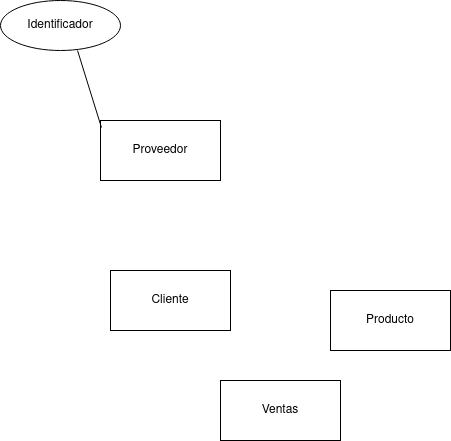
Above: Unidad-1/Tareas/Tarea-1/Primer Diagrama.drawio.png in RafaelMayor/base-datos (draw.io), before the change. Source tidied: cells renumbered, new cells last; positions are measured from the earlier drawing's top-left corner, leaving out a move shared by most shapes.
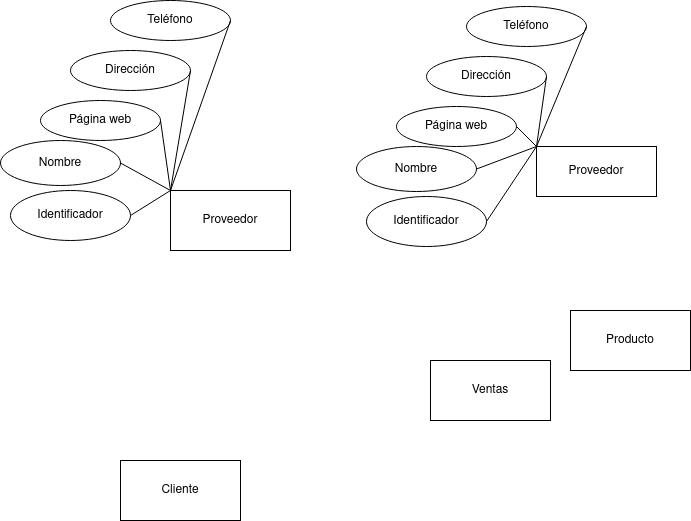
Later version of the same file.

Change to the diagram source:
```diff
@@ -3,22 +3,79 @@
     <mxCell id="0" />
     <mxCell id="1" parent="0" />
     <mxCell id="2" value="Proveedor" style="rounded=0;whiteSpace=wrap;html=1;" parent="1" vertex="1">
-      <mxGeometry x="100" y="120" width="120" height="60" as="geometry" />
+      <mxGeometry x="170" y="270" width="120" height="60" as="geometry" />
     </mxCell>
-    <mxCell id="3" style="endArrow=none;html=1;rounded=0;exitX=0.642;exitY=1;exitDx=0;exitDy=0;exitPerimeter=0;entryX=0.008;entryY=0.117;entryDx=0;entryDy=0;entryPerimeter=0;" parent="1" edge="1" source="7" target="2">
+    <mxCell id="3" style="endArrow=none;html=1;rounded=0;exitX=1;exitY=0.5;exitDx=0;exitDy=0;entryX=0;entryY=0;entryDx=0;entryDy=0;" parent="1" edge="1" source="7" target="2">
       <mxGeometry relative="1" as="geometry" />
     </mxCell>
     <mxCell id="4" value="Cliente" style="rounded=0;whiteSpace=wrap;html=1;" parent="1" vertex="1">
-      <mxGeometry x="110" y="270" width="120" height="60" as="geometry" />
+      <mxGeometry x="120" y="540" width="120" height="60" as="geometry" />
     </mxCell>
     <mxCell id="5" value="Producto" style="rounded=0;whiteSpace=wrap;html=1;" parent="1" vertex="1">
-      <mxGeometry x="330" y="290" width="120" height="60" as="geometry" />
+      <mxGeometry x="570" y="390" width="120" height="60" as="geometry" />
     </mxCell>
     <mxCell id="6" value="Ventas" style="rounded=0;whiteSpace=wrap;html=1;" parent="1" vertex="1">
-      <mxGeometry x="220" y="380" width="120" height="60" as="geometry" />
+      <mxGeometry x="430" y="440" width="120" height="60" as="geometry" />
     </mxCell>
     <mxCell id="7" value="Identificador" style="ellipse;whiteSpace=wrap;html=1;" parent="1" vertex="1">
-      <mxGeometry width="120" height="50" as="geometry" />
+      <mxGeometry x="10" y="270" width="120" height="50" as="geometry" />
     </mxCell>
+    <mxCell id="8" value="Nombre" style="ellipse;whiteSpace=wrap;html=1;" parent="1" vertex="1">
+      <mxGeometry y="220" width="120" height="45" as="geometry" />
+    </mxCell>
+    <mxCell id="9" value="Dirección" style="ellipse;whiteSpace=wrap;html=1;" parent="1" vertex="1">
+      <mxGeometry x="70" y="130" width="120" height="40" as="geometry" />
+    </mxCell>
+    <mxCell id="10" value="Teléfono" style="ellipse;whiteSpace=wrap;html=1;" parent="1" vertex="1">
+      <mxGeometry x="110" y="80" width="120" height="40" as="geometry" />
+    </mxCell>
+    <mxCell id="11" value="Página web" style="ellipse;whiteSpace=wrap;html=1;" parent="1" vertex="1">
+      <mxGeometry x="40" y="180" width="120" height="40" as="geometry" />
+    </mxCell>
+    <mxCell id="12" style="endArrow=none;html=1;rounded=0;entryX=1;entryY=0.5;entryDx=0;entryDy=0;exitX=0;exitY=0;exitDx=0;exitDy=0;" parent="1" edge="1" source="2" target="8">
+      <mxGeometry relative="1" as="geometry" />
+    </mxCell>
+    <mxCell id="13" style="endArrow=none;html=1;rounded=0;entryX=1;entryY=0.5;entryDx=0;entryDy=0;exitX=0;exitY=0;exitDx=0;exitDy=0;" parent="1" edge="1" source="2" target="11">
+      <mxGeometry relative="1" as="geometry" />
+    </mxCell>
+    <mxCell id="14" style="endArrow=none;html=1;rounded=0;entryX=1;entryY=0.5;entryDx=0;entryDy=0;exitX=0;exitY=0;exitDx=0;exitDy=0;" parent="1" edge="1" source="2" target="9">
+      <mxGeometry relative="1" as="geometry" />
+    </mxCell>
+    <mxCell id="15" style="endArrow=none;html=1;rounded=0;entryX=1;entryY=0.5;entryDx=0;entryDy=0;exitX=0;exitY=0;exitDx=0;exitDy=0;" parent="1" edge="1" source="2" target="10">
+      <mxGeometry relative="1" as="geometry" />
+    </mxCell>
+    <mxCell id="16" value="Proveedor" style="rounded=0;whiteSpace=wrap;html=1;" parent="1" vertex="1">
+      <mxGeometry x="536" y="226" width="120" height="50" as="geometry" />
+    </mxCell>
+    <mxCell id="17" style="endArrow=none;html=1;rounded=0;exitX=1;exitY=0.5;exitDx=0;exitDy=0;entryX=0;entryY=0;entryDx=0;entryDy=0;" parent="1" edge="1" source="18" target="16">
+      <mxGeometry relative="1" as="geometry" />
+    </mxCell>
+    <mxCell id="18" value="Identificador" style="ellipse;whiteSpace=wrap;html=1;" parent="1" vertex="1">
+      <mxGeometry x="366" y="276" width="120" height="50" as="geometry" />
+    </mxCell>
+    <mxCell id="19" value="Nombre" style="ellipse;whiteSpace=wrap;html=1;" parent="1" vertex="1">
+      <mxGeometry x="356" y="226" width="120" height="45" as="geometry" />
+    </mxCell>
+    <mxCell id="20" value="Dirección" style="ellipse;whiteSpace=wrap;html=1;" parent="1" vertex="1">
+      <mxGeometry x="426" y="136" width="120" height="40" as="geometry" />
+    </mxCell>
+    <mxCell id="21" value="Teléfono" style="ellipse;whiteSpace=wrap;html=1;" parent="1" vertex="1">
+      <mxGeometry x="466" y="86" width="120" height="40" as="geometry" />
+    </mxCell>
+    <mxCell id="22" value="Página web" style="ellipse;whiteSpace=wrap;html=1;" parent="1" vertex="1">
+      <mxGeometry x="396" y="186" width="120" height="40" as="geometry" />
+    </mxCell>
+    <mxCell id="23" style="endArrow=none;html=1;rounded=0;entryX=1;entryY=0.5;entryDx=0;entryDy=0;exitX=0;exitY=0;exitDx=0;exitDy=0;" parent="1" edge="1" source="16" target="19">
+      <mxGeometry relative="1" as="geometry" />
+    </mxCell>
+    <mxCell id="24" style="endArrow=none;html=1;rounded=0;entryX=1;entryY=0.5;entryDx=0;entryDy=0;exitX=0;exitY=0;exitDx=0;exitDy=0;" parent="1" edge="1" source="16" target="22">
+      <mxGeometry relative="1" as="geometry" />
+    </mxCell>
+    <mxCell id="25" style="endArrow=none;html=1;rounded=0;entryX=1;entryY=0.5;entryDx=0;entryDy=0;exitX=0;exitY=0;exitDx=0;exitDy=0;" parent="1" edge="1" source="16" target="20">
+      <mxGeometry relative="1" as="geometry" />
+    </mxCell>
+    <mxCell id="26" style="endArrow=none;html=1;rounded=0;entryX=1;entryY=0.5;entryDx=0;entryDy=0;exitX=0;exitY=0;exitDx=0;exitDy=0;" parent="1" edge="1" source="16" target="21">
+      <mxGeometry relative="1" as="geometry" />
+    </mxCell>
   </root>
 </mxGraphModel>
```
